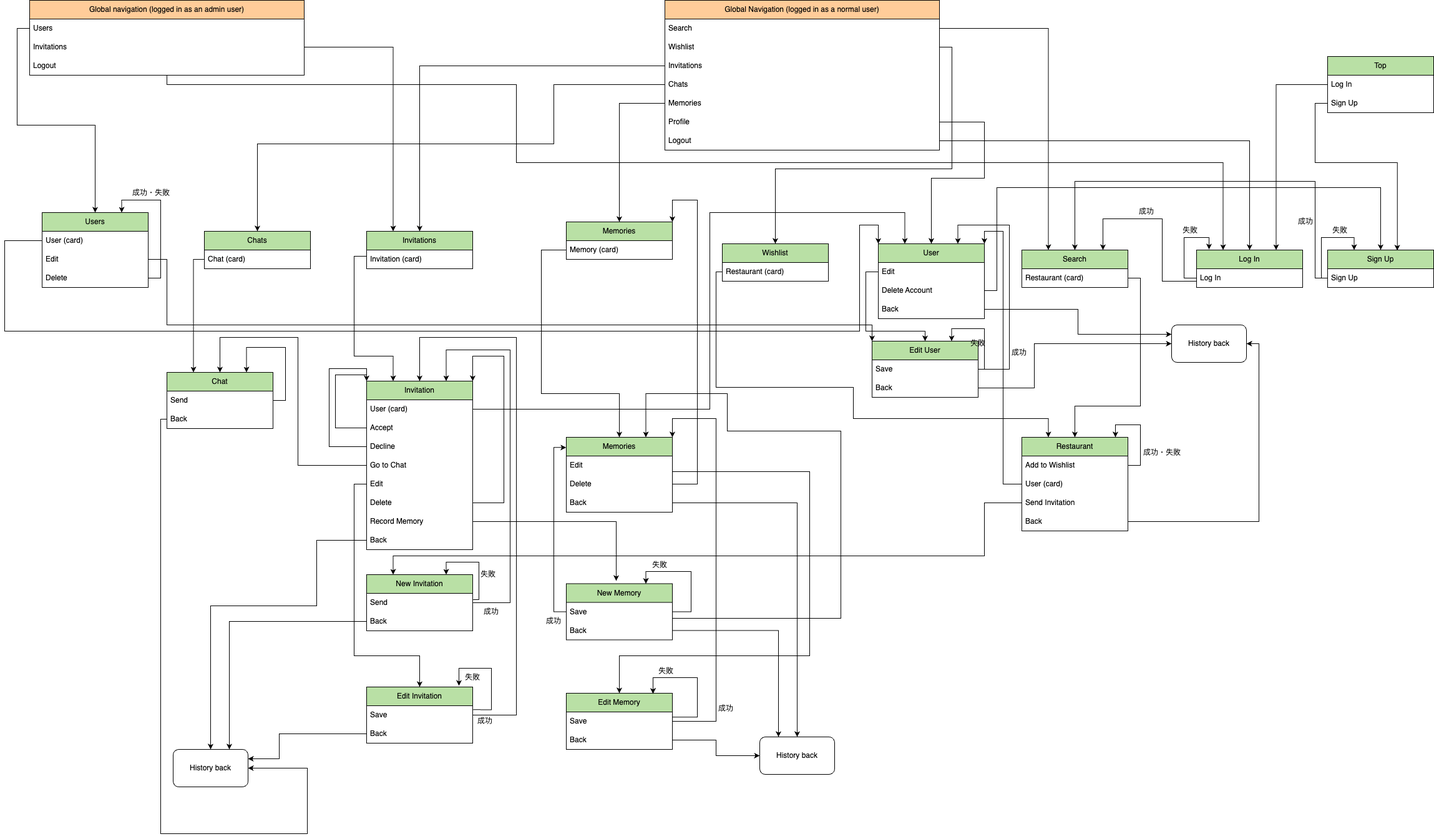
Before: images/DineMate_User_Flow_Diagram.png, a diagram exported from draw.io (coding-shimichan/dine-mate). Source tidied: cells renumbered, new cells last; positions are measured from the earlier drawing's top-left corner, leaving out a move shared by most shapes.
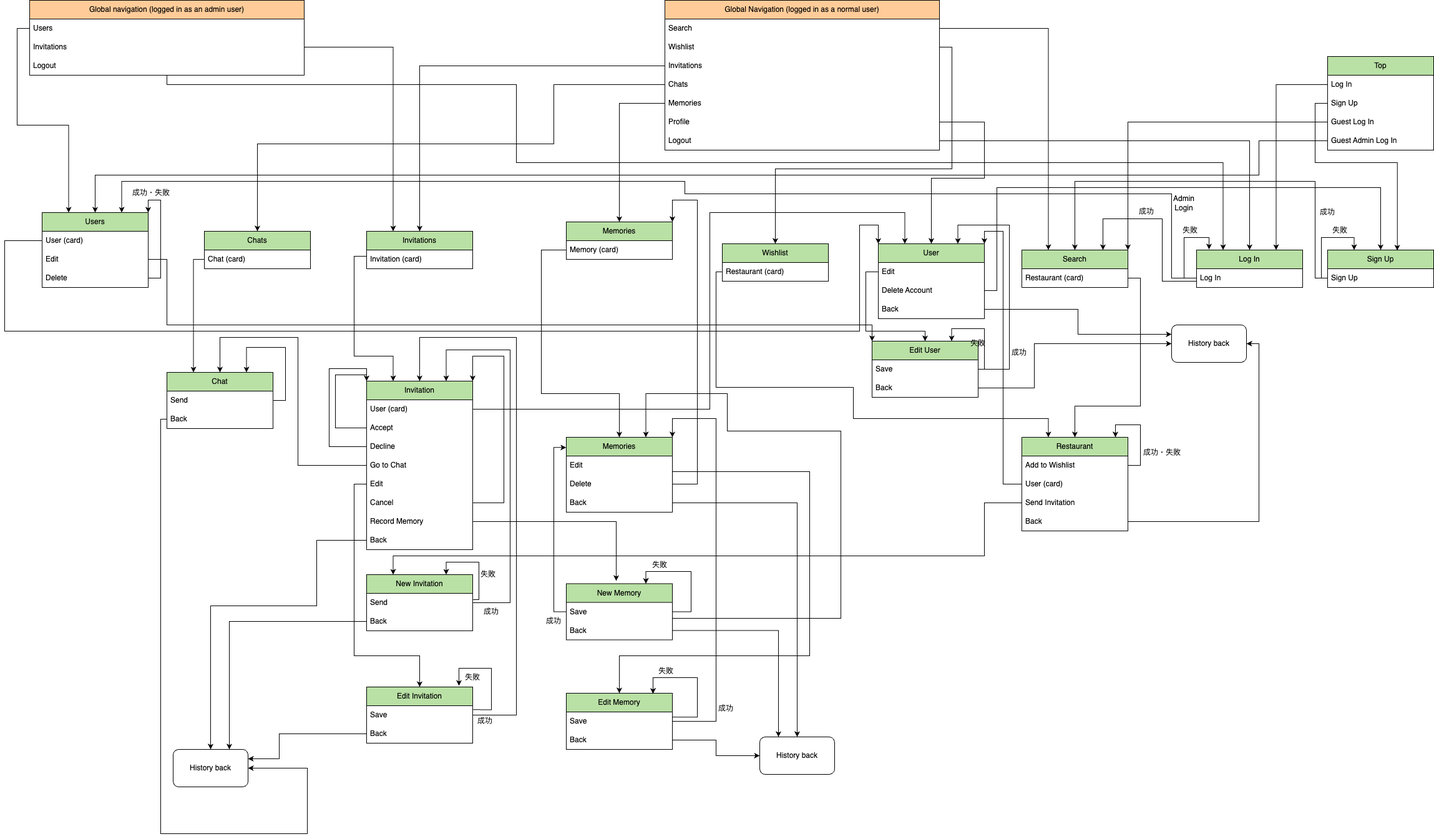
The same diagram one commit later.

Commit message:
Replace user flow diagram

What changed in the source:
```diff
@@ -86,7 +86,7 @@
     <mxCell id="22" value="Edit" style="text;strokeColor=none;fillColor=none;align=left;verticalAlign=middle;spacingLeft=4;spacingRight=4;overflow=hidden;points=[[0,0.5],[1,0.5]];portConstraint=eastwest;whiteSpace=wrap;html=1;" parent="15" vertex="1">
       <mxGeometry y="150" width="170" height="30" as="geometry" />
     </mxCell>
-    <mxCell id="23" value="Delete" style="text;strokeColor=none;fillColor=none;align=left;verticalAlign=middle;spacingLeft=4;spacingRight=4;overflow=hidden;points=[[0,0.5],[1,0.5]];portConstraint=eastwest;whiteSpace=wrap;html=1;" parent="15" vertex="1">
+    <mxCell id="23" value="Cancel" style="text;strokeColor=none;fillColor=none;align=left;verticalAlign=middle;spacingLeft=4;spacingRight=4;overflow=hidden;points=[[0,0.5],[1,0.5]];portConstraint=eastwest;whiteSpace=wrap;html=1;" parent="15" vertex="1">
       <mxGeometry y="180" width="170" height="30" as="geometry" />
     </mxCell>
     <mxCell id="24" style="edgeStyle=orthogonalEdgeStyle;rounded=0;jettySize=auto;html=1;" parent="15" edge="1" source="25">
@@ -220,12 +220,12 @@
     <mxCell id="53" value="Edit" style="text;strokeColor=none;fillColor=none;align=left;verticalAlign=middle;spacingLeft=4;spacingRight=4;overflow=hidden;points=[[0,0.5],[1,0.5]];portConstraint=eastwest;whiteSpace=wrap;html=1;" parent="51" vertex="1">
       <mxGeometry y="60" width="170" height="30" as="geometry" />
     </mxCell>
-    <mxCell id="54" style="edgeStyle=orthogonalEdgeStyle;rounded=0;jettySize=auto;html=1;entryX=0.75;entryY=0;entryDx=0;entryDy=0;" parent="51" edge="1" source="55" target="51">
+    <mxCell id="54" style="edgeStyle=orthogonalEdgeStyle;rounded=0;jettySize=auto;html=1;entryX=1;entryY=0;entryDx=0;entryDy=0;" parent="51" edge="1" source="55" target="51">
       <mxGeometry relative="1" as="geometry">
         <Array as="points">
           <mxPoint x="190" y="105" />
           <mxPoint x="190" y="-20" />
-          <mxPoint x="128" y="-20" />
+          <mxPoint x="170" y="-20" />
         </Array>
       </mxGeometry>
     </mxCell>
@@ -537,7 +537,7 @@
         </Array>
       </mxGeometry>
     </mxCell>
-    <mxCell id="109" style="edgeStyle=orthogonalEdgeStyle;rounded=0;jettySize=auto;html=1;exitX=0;exitY=0.5;exitDx=0;exitDy=0;entryX=0.5;entryY=0;entryDx=0;entryDy=0;" parent="1" edge="1" source="61" target="51">
+    <mxCell id="109" style="edgeStyle=orthogonalEdgeStyle;rounded=0;jettySize=auto;html=1;exitX=0;exitY=0.5;exitDx=0;exitDy=0;entryX=0.25;entryY=0;entryDx=0;entryDy=0;" parent="1" edge="1" source="61" target="51">
       <mxGeometry relative="1" as="geometry" />
     </mxCell>
     <mxCell id="110" style="edgeStyle=orthogonalEdgeStyle;rounded=0;jettySize=auto;html=1;entryX=0.25;entryY=0;entryDx=0;entryDy=0;" parent="1" edge="1" source="62" target="13">
@@ -677,7 +677,7 @@
       <mxGeometry x="1870" y="354" width="60" height="30" as="geometry" />
     </mxCell>
     <mxCell id="139" value="成功" style="text;html=1;align=center;verticalAlign=middle;whiteSpace=wrap;rounded=0;" parent="1" vertex="1">
-      <mxGeometry x="2055" y="340" width="60" height="30" as="geometry" />
+      <mxGeometry x="2090" y="325" width="60" height="30" as="geometry" />
     </mxCell>
     <mxCell id="140" value="成功" style="text;html=1;align=center;verticalAlign=middle;whiteSpace=wrap;rounded=0;" parent="1" vertex="1">
       <mxGeometry x="1800" y="324" width="60" height="30" as="geometry" />
@@ -726,7 +726,7 @@
       <mxGeometry x="190" y="294" width="90" height="30" as="geometry" />
     </mxCell>
     <mxCell id="150" value="Top" style="swimlane;fontStyle=0;horizontal=1;startSize=30;whiteSpace=wrap;html=1;fillColor=light-dark(#B9E0A5,#006600);" parent="1" vertex="1">
-      <mxGeometry x="2120" y="90" width="170" height="90" as="geometry" />
+      <mxGeometry x="2120" y="90" width="170" height="150" as="geometry" />
     </mxCell>
     <mxCell id="151" value="Log In" style="text;strokeColor=none;fillColor=none;align=left;verticalAlign=middle;spacingLeft=4;spacingRight=4;overflow=hidden;points=[[0,0.5],[1,0.5]];portConstraint=eastwest;whiteSpace=wrap;html=1;" parent="150" vertex="1">
       <mxGeometry y="30" width="170" height="30" as="geometry" />
@@ -734,6 +734,12 @@
     <mxCell id="152" value="Sign Up" style="text;strokeColor=none;fillColor=none;align=left;verticalAlign=middle;spacingLeft=4;spacingRight=4;overflow=hidden;points=[[0,0.5],[1,0.5]];portConstraint=eastwest;whiteSpace=wrap;html=1;" parent="150" vertex="1">
       <mxGeometry y="60" width="170" height="30" as="geometry" />
     </mxCell>
+    <mxCell id="155" value="Guest Log In" style="text;strokeColor=none;fillColor=none;align=left;verticalAlign=middle;spacingLeft=4;spacingRight=4;overflow=hidden;points=[[0,0.5],[1,0.5]];portConstraint=eastwest;whiteSpace=wrap;html=1;" parent="150" vertex="1">
+      <mxGeometry y="90" width="170" height="30" as="geometry" />
+    </mxCell>
+    <mxCell id="156" value="Guest Admin Log In" style="text;strokeColor=none;fillColor=none;align=left;verticalAlign=middle;spacingLeft=4;spacingRight=4;overflow=hidden;points=[[0,0.5],[1,0.5]];portConstraint=eastwest;whiteSpace=wrap;html=1;" parent="150" vertex="1">
+      <mxGeometry y="120" width="170" height="30" as="geometry" />
+    </mxCell>
     <mxCell id="153" style="edgeStyle=orthogonalEdgeStyle;rounded=0;jettySize=auto;html=1;entryX=0.75;entryY=0;entryDx=0;entryDy=0;" parent="1" edge="1" source="151" target="72">
       <mxGeometry relative="1" as="geometry" />
     </mxCell>
@@ -746,5 +752,32 @@
         </Array>
       </mxGeometry>
     </mxCell>
+    <mxCell id="157" style="edgeStyle=orthogonalEdgeStyle;rounded=0;jettySize=auto;html=1;entryX=1;entryY=0;entryDx=0;entryDy=0;" parent="1" edge="1" source="155" target="3">
+      <mxGeometry relative="1" as="geometry" />
+    </mxCell>
+    <mxCell id="158" style="edgeStyle=orthogonalEdgeStyle;rounded=0;jettySize=auto;html=1;exitX=0;exitY=0.5;exitDx=0;exitDy=0;" parent="1" edge="1" source="156">
+      <mxGeometry relative="1" as="geometry">
+        <mxPoint x="145" y="340" as="targetPoint" />
+        <Array as="points">
+          <mxPoint x="2010" y="225" />
+          <mxPoint x="2010" y="280" />
+          <mxPoint x="145" y="280" />
+        </Array>
+      </mxGeometry>
+    </mxCell>
+    <mxCell id="159" style="edgeStyle=orthogonalEdgeStyle;rounded=0;jettySize=auto;html=1;entryX=0.75;entryY=0;entryDx=0;entryDy=0;" parent="1" edge="1" source="74" target="51">
+      <mxGeometry relative="1" as="geometry">
+        <Array as="points">
+          <mxPoint x="1870" y="445" />
+          <mxPoint x="1870" y="310" />
+          <mxPoint x="1090" y="310" />
+          <mxPoint x="1090" y="290" />
+          <mxPoint x="188" y="290" />
+        </Array>
+      </mxGeometry>
+    </mxCell>
+    <mxCell id="160" value="Admin&lt;div&gt;Login&lt;/div&gt;" style="text;html=1;align=center;verticalAlign=middle;whiteSpace=wrap;rounded=0;" parent="1" vertex="1">
+      <mxGeometry x="1860" y="310" width="60" height="30" as="geometry" />
+    </mxCell>
   </root>
 </mxGraphModel>
```
